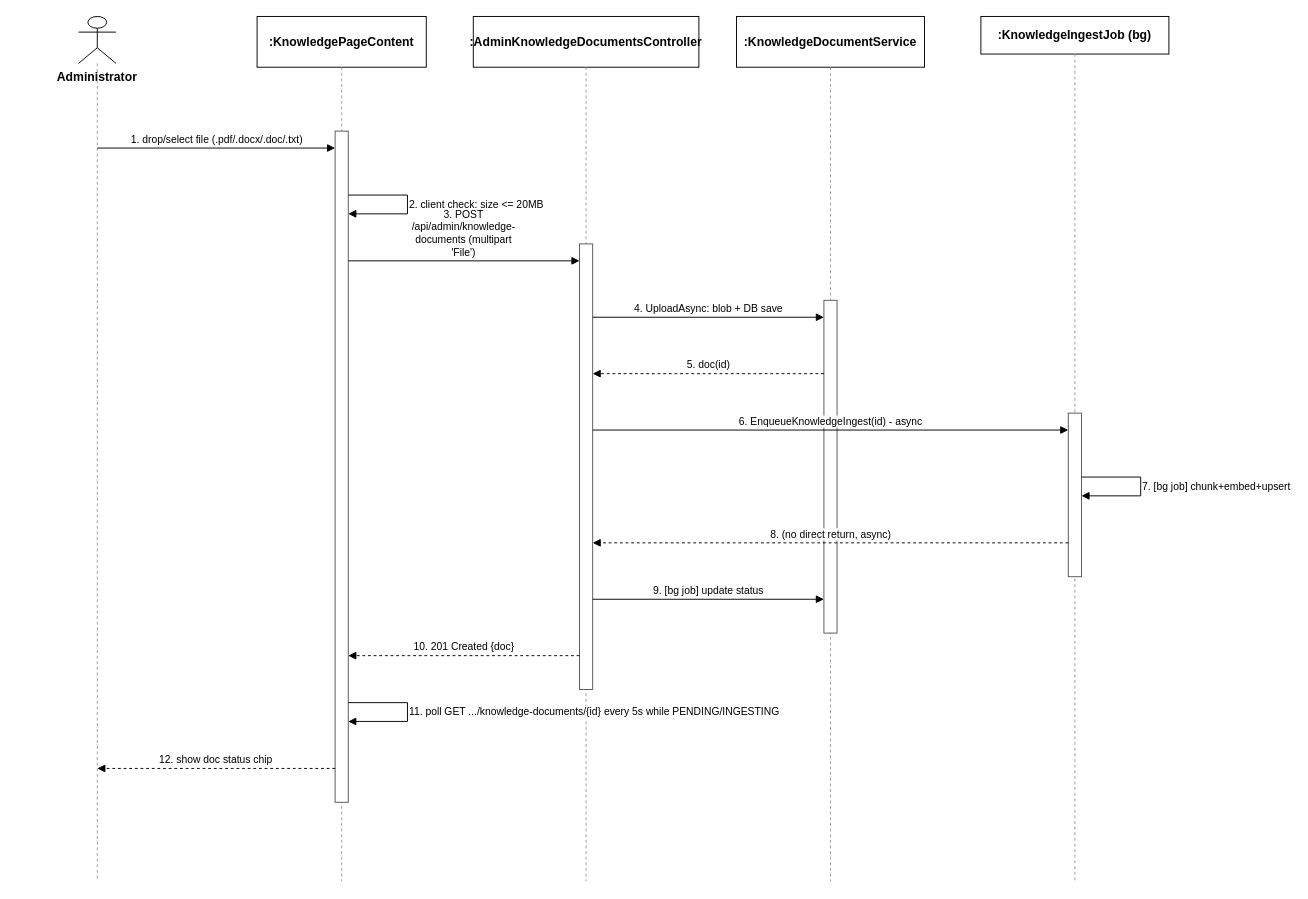
tulklk/AI_Interview_Question_Generation_RAG_LLM_FE keeps this draw.io diagram as docs/qa/Nam_SequenceDiagram/07_KnowledgeBaseManagement_UploadIngest_Admin.drawio. Above is the earlier version. Source tidied: cells renumbered, new cells numbered last; positions are measured from the earlier drawing's top-left corner, leaving out a move shared by most shapes. Both pictures are drawn from the tidied source at 94%, with x=0, y=0 at pixel (78, 16).
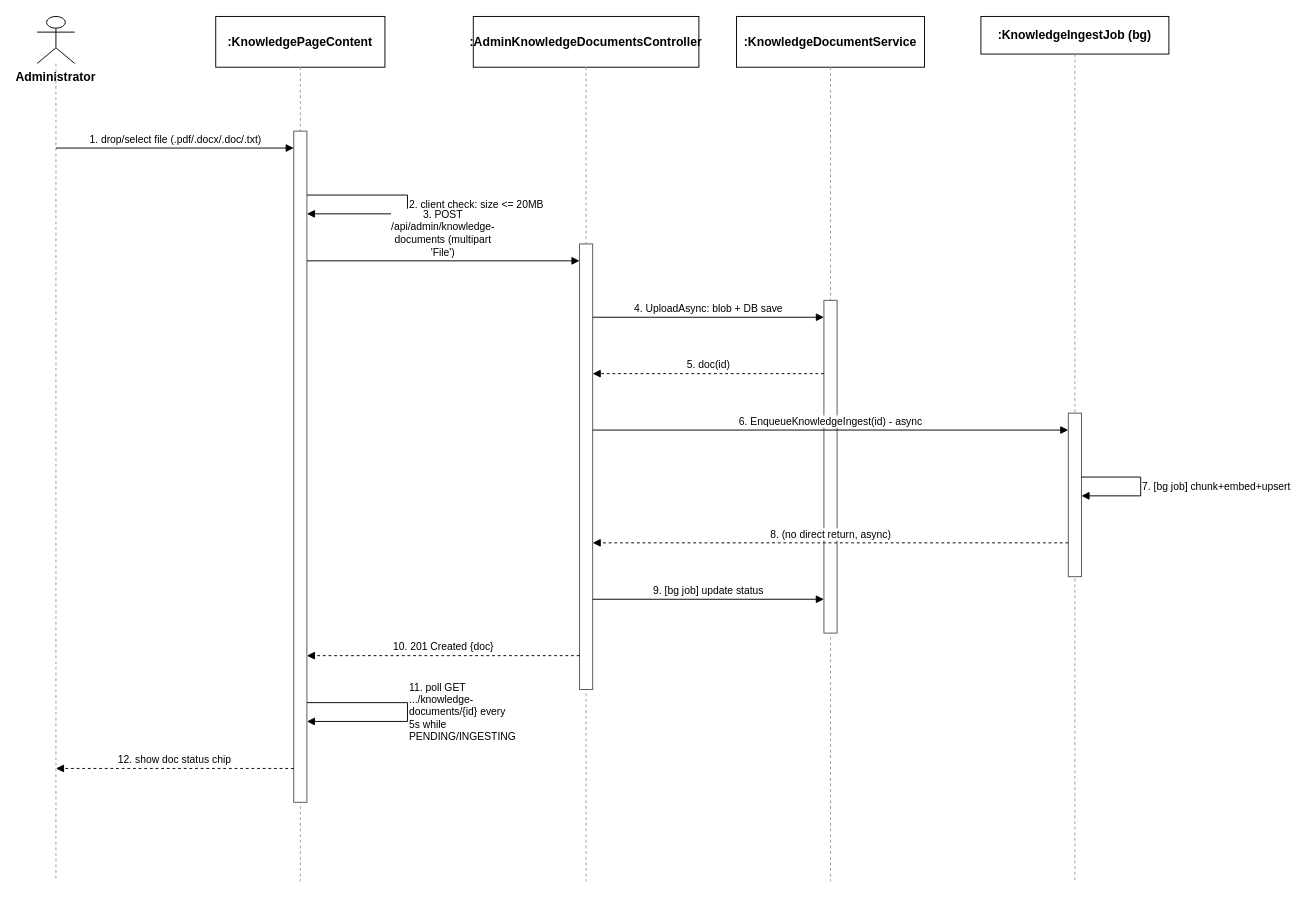
After the change.

Change to the diagram source:
```diff
@@
     <mxCell id="2" value="Administrator" style="shape=umlActor;whiteSpace=wrap;html=1;verticalLabelPosition=bottom;verticalAlign=top;fillColor=#ffffff;strokeColor=#000000;fontStyle=1;fontSize=13;" parent="1" vertex="1">
-      <mxGeometry width="40" height="50" as="geometry" />
+      <mxGeometry x="-44" width="40" height="50" as="geometry" />
     </mxCell>
     <mxCell id="3" style="endArrow=none;dashed=1;html=1;strokeColor=#999999;" parent="1" edge="1">
       <mxGeometry relative="1" as="geometry">
-        <mxPoint x="20" y="50" as="sourcePoint" />
-        <mxPoint x="20" y="920" as="targetPoint" />
+        <mxPoint x="-24" y="50" as="sourcePoint" />
+        <mxPoint x="-24" y="920" as="targetPoint" />
       </mxGeometry>
     </mxCell>
     <mxCell id="4" value=":KnowledgePageContent" style="rounded=0;whiteSpace=wrap;html=1;fontSize=13;fillColor=#ffffff;strokeColor=#000000;fontStyle=1;" parent="1" vertex="1">
-      <mxGeometry x="190" width="180" height="54" as="geometry" />
+      <mxGeometry x="146" width="180" height="54" as="geometry" />
     </mxCell>
     <mxCell id="5" style="endArrow=none;dashed=1;html=1;strokeColor=#999999;" parent="1" edge="1">
       <mxGeometry relative="1" as="geometry">
-        <mxPoint x="280" y="54" as="sourcePoint" />
-        <mxPoint x="280" y="920" as="targetPoint" />
+        <mxPoint x="236" y="54" as="sourcePoint" />
+        <mxPoint x="236" y="920" as="targetPoint" />
       </mxGeometry>
     </mxCell>
@@
     <mxCell id="12" style="rounded=0;whiteSpace=wrap;html=1;fillColor=#ffffff;strokeColor=#555555;" parent="1" vertex="1">
-      <mxGeometry x="273" y="122" width="14" height="714" as="geometry" />
+      <mxGeometry x="229" y="122" width="14" height="714" as="geometry" />
     </mxCell>
@@
     <mxCell id="16" value="1. drop/select file (.pdf/.docx/.doc/.txt)" style="endArrow=block;endFill=1;html=1;fontSize=11;align=center;verticalAlign=bottom;labelBackgroundColor=#ffffff;strokeColor=#000000;" parent="1" edge="1">
       <mxGeometry relative="1" as="geometry">
-        <mxPoint x="20" y="140" as="sourcePoint" />
-        <mxPoint x="273" y="140" as="targetPoint" />
+        <mxPoint x="-24" y="140" as="sourcePoint" />
+        <mxPoint x="229" y="140" as="targetPoint" />
       </mxGeometry>
     </mxCell>
     <mxCell id="17" value="2. client check: size &lt;= 20MB" style="endArrow=block;endFill=1;html=1;fontSize=11;align=left;verticalAlign=middle;labelBackgroundColor=#ffffff;rounded=0;strokeColor=#000000;" parent="1" edge="1">
       <mxGeometry relative="1" as="geometry">
-        <mxPoint x="287" y="190" as="sourcePoint" />
-        <mxPoint x="287" y="210" as="targetPoint" />
+        <mxPoint x="243" y="190" as="sourcePoint" />
+        <mxPoint x="243" y="210" as="targetPoint" />
         <Array as="points">
           <mxPoint x="350" y="190" />
           <mxPoint x="350" y="210" />
         </Array>
       </mxGeometry>
     </mxCell>
     <mxCell id="18" value="3. POST /api/admin/knowledge-documents (multipart 'File')" style="endArrow=block;endFill=1;html=1;whiteSpace=wrap;fontSize=11;align=center;verticalAlign=bottom;labelBackgroundColor=#ffffff;strokeColor=#000000;" parent="1" edge="1">
       <mxGeometry relative="1" as="geometry">
-        <mxPoint x="287" y="260" as="sourcePoint" />
+        <mxPoint x="243" y="260" as="sourcePoint" />
         <mxPoint x="533" y="260" as="targetPoint" />
       </mxGeometry>
     </mxCell>
@@
     <mxCell id="25" value="10. 201 Created {doc}" style="endArrow=block;endFill=1;html=1;dashed=1;fontSize=11;align=center;verticalAlign=bottom;labelBackgroundColor=#ffffff;strokeColor=#000000;" parent="1" edge="1">
       <mxGeometry relative="1" as="geometry">
         <mxPoint x="533" y="680" as="sourcePoint" />
-        <mxPoint x="287" y="680" as="targetPoint" />
+        <mxPoint x="243" y="680" as="targetPoint" />
       </mxGeometry>
     </mxCell>
-    <mxCell id="26" value="11. poll GET .../knowledge-documents/{id} every 5s while PENDING/INGESTING" style="endArrow=block;endFill=1;html=1;fontSize=11;align=left;verticalAlign=middle;labelBackgroundColor=#ffffff;rounded=0;strokeColor=#000000;" parent="1" edge="1">
+    <mxCell id="26" value="11. poll GET .../knowledge-documents/{id} every 5s while PENDING/INGESTING" style="endArrow=block;endFill=1;html=1;whiteSpace=wrap;fontSize=11;align=left;verticalAlign=middle;labelBackgroundColor=#ffffff;rounded=0;strokeColor=#000000;" parent="1" edge="1">
       <mxGeometry relative="1" as="geometry">
-        <mxPoint x="287" y="730" as="sourcePoint" />
-        <mxPoint x="287" y="750" as="targetPoint" />
+        <mxPoint x="243" y="730" as="sourcePoint" />
+        <mxPoint x="243" y="750" as="targetPoint" />
         <Array as="points">
           <mxPoint x="350" y="730" />
           <mxPoint x="350" y="750" />
         </Array>
       </mxGeometry>
     </mxCell>
     <mxCell id="27" value="12. show doc status chip" style="endArrow=block;endFill=1;html=1;dashed=1;fontSize=11;align=center;verticalAlign=bottom;labelBackgroundColor=#ffffff;strokeColor=#000000;" parent="1" edge="1">
       <mxGeometry relative="1" as="geometry">
-        <mxPoint x="273" y="800" as="sourcePoint" />
-        <mxPoint x="20" y="800" as="targetPoint" />
+        <mxPoint x="229" y="800" as="sourcePoint" />
+        <mxPoint x="-24" y="800" as="targetPoint" />
       </mxGeometry>
     </mxCell>
```
